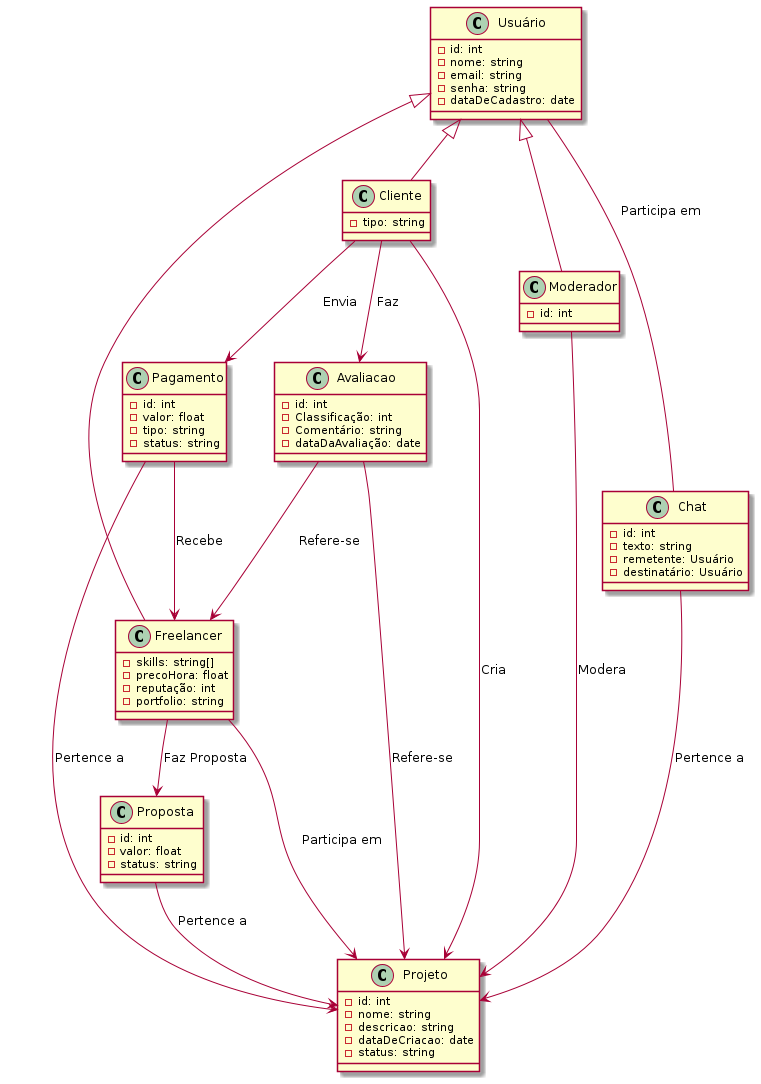
This is out/docs/modelo_conceitual/modelo_conceitual.png from LucasNeiva/Eng-Software-II, a PlantUML export, as it was before one commit.
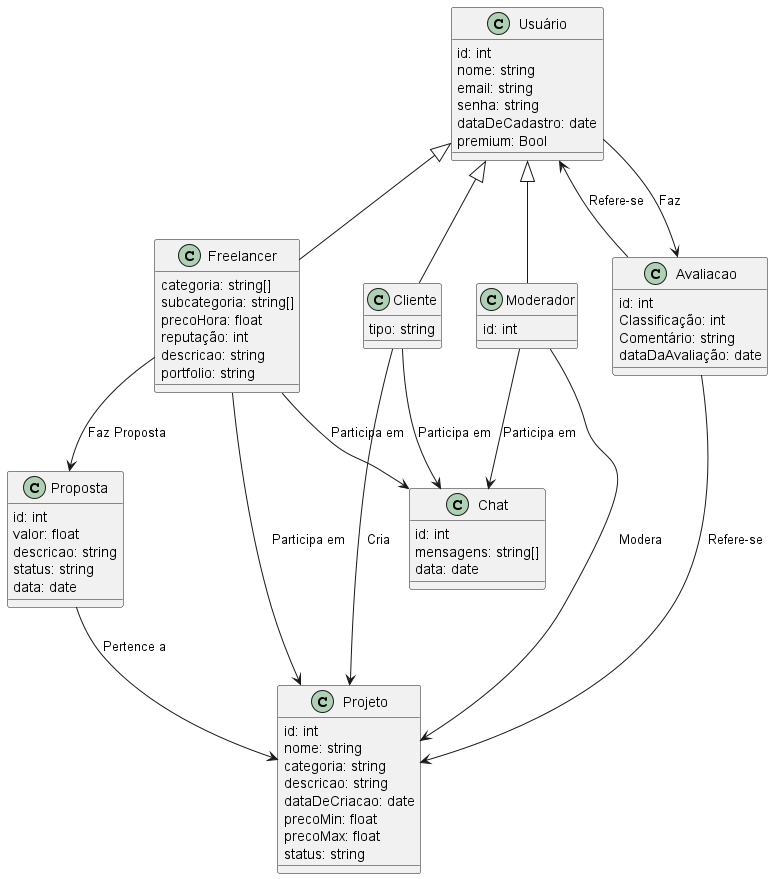
The same file after the commit.

Commit message:
modelo conceitual consertado e atualizado atual

The edit, as a diff of the source:
```diff
@@ -1,80 +1,87 @@
-@startuml
+@startuml Conceitual
 
 class Usuário {
-  - id: int
-  - nome: string
-  - email: string
-  - senha: string
-  - dataDeCadastro: date
+
+id: int
+nome: string
+email: string
+senha: string
+dataDeCadastro: date
+premium: Bool
 }
 
 class Freelancer {
-  - skills: string[]
-  - precoHora: float
-  - reputação: int
-  - portfolio: string
+
+categoria: string[]
+subcategoria: string[]
+precoHora: float
+reputação: int
+descricao: string
+portfolio: string
 }
 
 class Cliente {
-  - tipo: string
+
+tipo: string
 }
 
 class Moderador {
-  - id: int
+
+id: int
 }
 
 class Proposta {
-  - id: int
-  - valor: float
-  - status: string
+
+id: int
+valor: float
+descricao: string
+status: string
+data: date
 }
 
 class Projeto {
-  - id: int
-  - nome: string
-  - descricao: string
-  - dataDeCriacao: date
-  - status: string
-}
 
-class Pagamento {
-  - id: int
-  - valor: float
-  - tipo: string
-  - status: string
+id: int
+nome: string
+categoria: string
+descricao: string
+dataDeCriacao: date
+precoMin: float
+precoMax: float
+status: string
 }
 
 class Chat {
-  - id: int
-  - texto: string
-  - remetente: Usuário
-  - destinatário: Usuário
+
+id: int
+mensagens: string[]
+data: date
 }
 
 class Avaliacao {
-    - id: int
-    - Classificação: int
-    - Comentário: string
-    - dataDaAvaliação: date
+
+id: int
+Classificação: int
+Comentário: string
+dataDaAvaliação: date
 }
 
 Usuário <|-- Moderador
 Usuário <|-- Cliente
 Usuário <|-- Freelancer
 
-Avaliacao --> Freelancer: Refere-se
+
+Avaliacao --> Usuário : Refere-se
 Avaliacao --> Projeto: Refere-se
 
-Cliente --> Avaliacao: Faz
+Usuário --> Avaliacao: Faz
 Proposta --> Projeto: Pertence a
 Freelancer --> Proposta: Faz Proposta
 Freelancer --> Projeto: Participa em
 Cliente --> Projeto: Cria
-Chat --> Projeto: Pertence a
 Moderador --> Projeto: Modera
-Pagamento --> Projeto: Pertence a
-Cliente --> Pagamento: Envia
-Pagamento --> Freelancer: Recebe
+Freelancer --> Chat: Participa em
+Cliente --> Chat: Participa em
+Moderador --> Chat: Participa em
 
-Usuário -- Chat: Participa em
 @enduml
```
